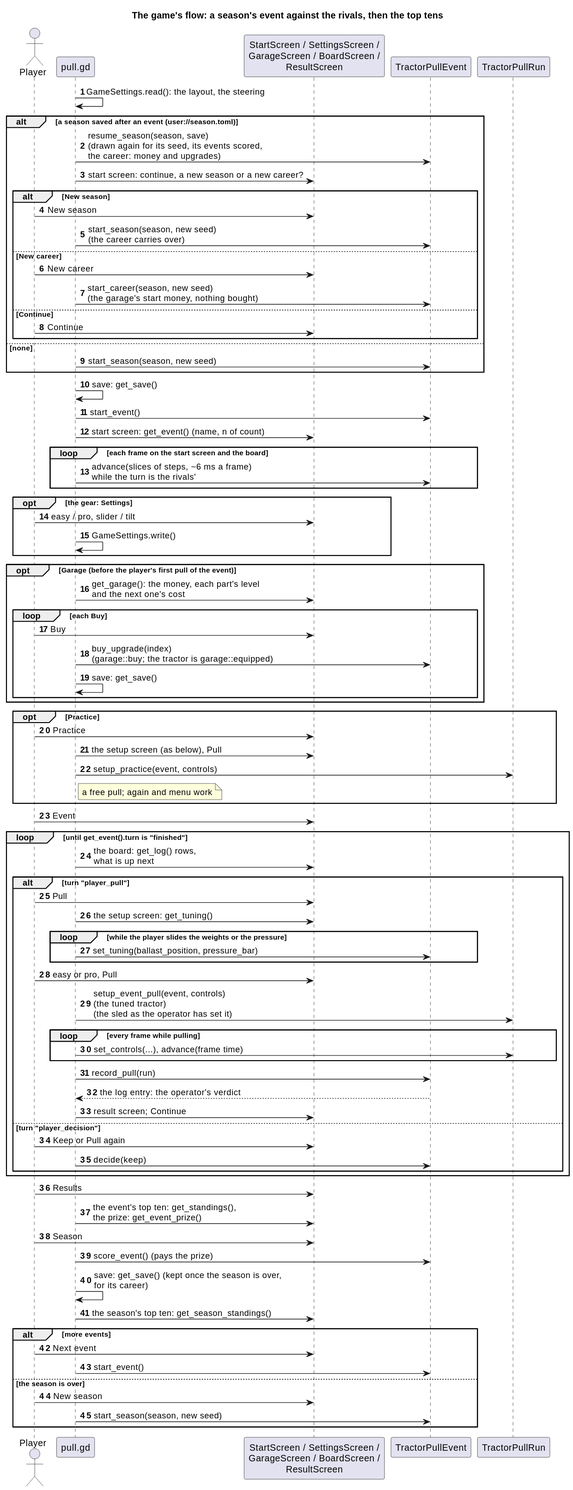
Before: docs/diagrams/svg/godot_run_flow_sequence.svg, a diagram exported from PlantUML (wversteeg/TractorPulling).
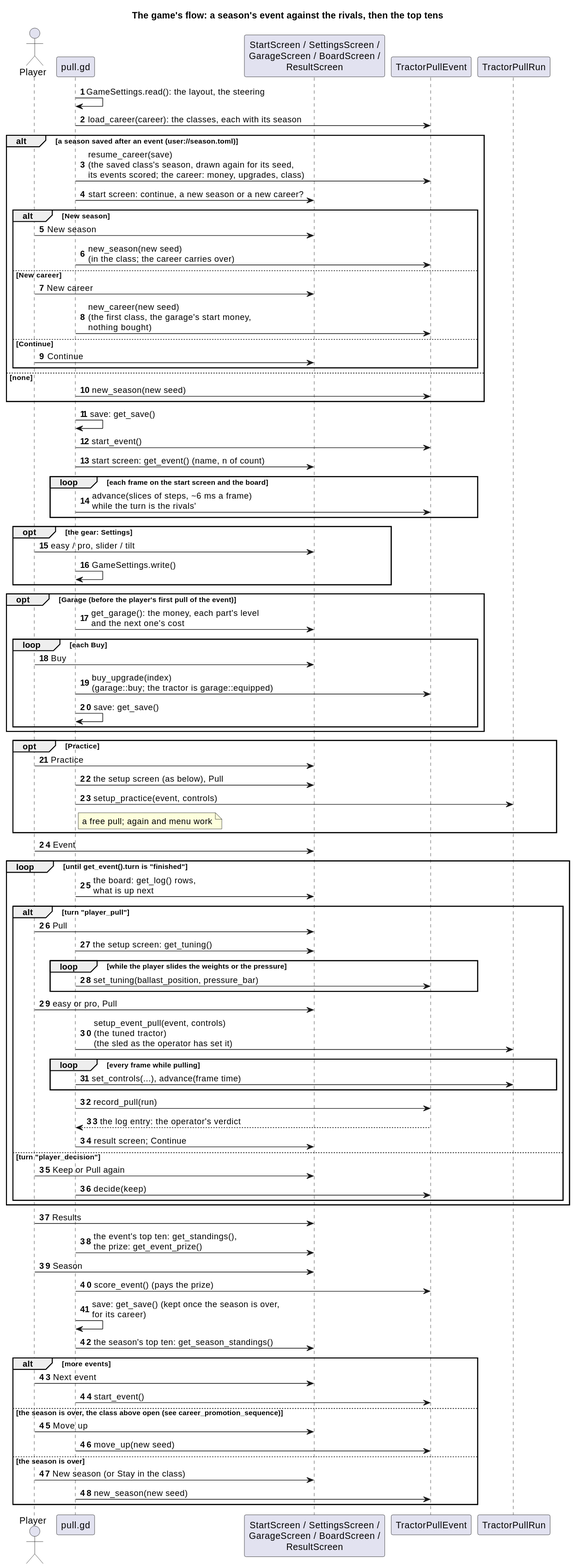
The same file after the commit.

The edit, as a diff of the source:
```diff
@@ -8,20 +8,21 @@
 participant "TractorPullRun" as Run
 
 Pull -> Pull : GameSettings.read(): the layout, the steering
+Pull -> Event : load_career(career): the classes, each with its season
 alt a season saved after an event (user://season.toml)
-  Pull -> Event : resume_season(season, save)\n(drawn again for its seed, its events scored,\nthe career: money and upgrades)
+  Pull -> Event : resume_career(save)\n(the saved class's season, drawn again for its seed,\nits events scored; the career: money, upgrades, class)
   Pull -> Screens : start screen: continue, a new season or a new career?
   alt New season
     Player -> Screens : New season
-    Pull -> Event : start_season(season, new seed)\n(the career carries over)
+    Pull -> Event : new_season(new seed)\n(in the class; the career carries over)
   else New career
     Player -> Screens : New career
-    Pull -> Event : start_career(season, new seed)\n(the garage's start money, nothing bought)
+    Pull -> Event : new_career(new seed)\n(the first class, the garage's start money,\nnothing bought)
   else Continue
     Player -> Screens : Continue
   end
 else none
-  Pull -> Event : start_season(season, new seed)
+  Pull -> Event : new_season(new seed)
 end
 Pull -> Pull : save: get_save()
 Pull -> Event : start_event()
@@ -78,8 +79,11 @@
 alt more events
   Player -> Screens : Next event
   Pull -> Event : start_event()
+else the season is over, the class above open (see career_promotion_sequence)
+  Player -> Screens : Move up
+  Pull -> Event : move_up(new seed)
 else the season is over
-  Player -> Screens : New season
-  Pull -> Event : start_season(season, new seed)
+  Player -> Screens : New season (or Stay in the class)
+  Pull -> Event : new_season(new seed)
 end
 @enduml
```
